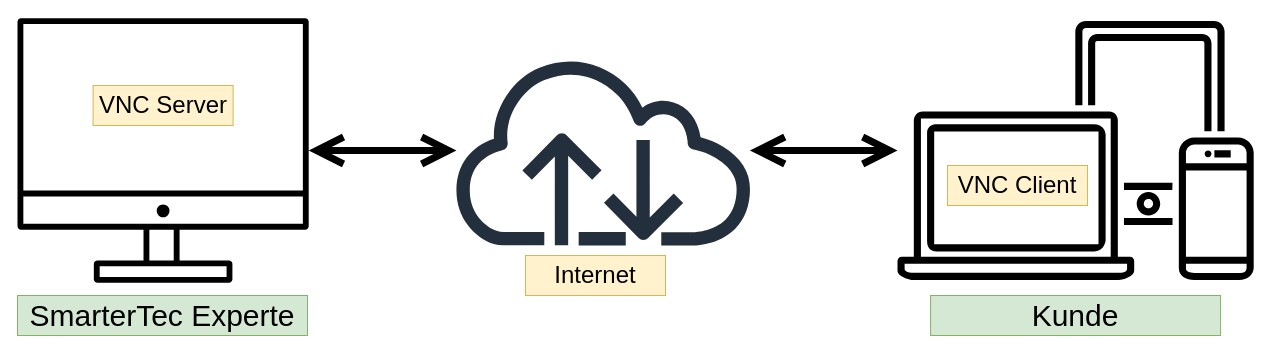
noelchiocchetti/SmarterTec keeps this draw.io diagram as SmarterTec RealVNC.drawio. Above is the earlier version. Source tidied: cells renumbered, new cells numbered last; positions are measured from the earlier drawing's top-left corner, leaving out a move shared by most shapes. Both pictures are drawn from the tidied source at 100%, with x=0, y=0 at pixel (17, 17).
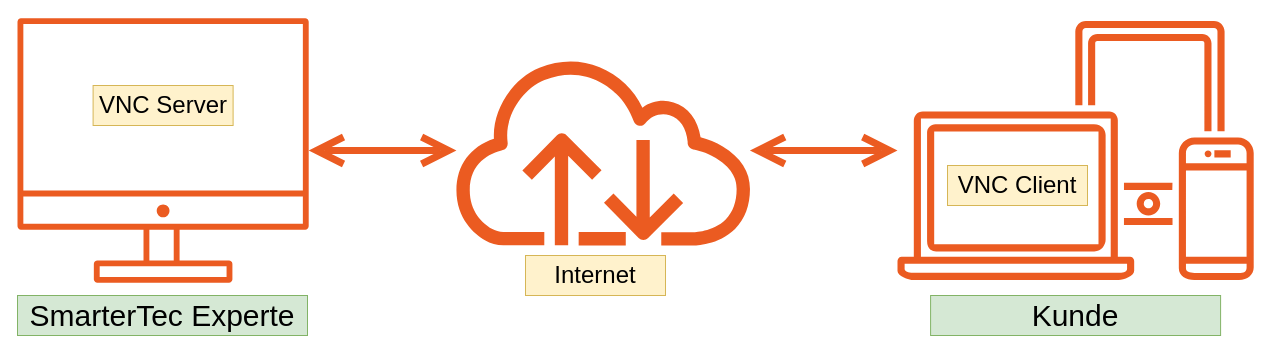
The same page after the edit.

What changed in the source:
```diff
@@
 <mxGraphModel>
   <root>
     <mxCell id="0" />
     <mxCell id="1" parent="0" />
-    <mxCell id="2" style="sketch=0;outlineConnect=0;gradientColor=none;fontColor=#545B64;strokeColor=none;fillColor=#000000;dashed=0;verticalLabelPosition=bottom;verticalAlign=top;align=center;html=1;fontSize=12;fontStyle=0;shape=mxgraph.aws4.illustration_devices;" parent="1" vertex="1">
+    <mxCell id="2" style="sketch=0;outlineConnect=0;gradientColor=none;fontColor=#545B64;strokeColor=none;fillColor=#EB5B21;dashed=0;verticalLabelPosition=bottom;verticalAlign=top;align=center;html=1;fontSize=12;fontStyle=0;shape=mxgraph.aws4.illustration_devices;" parent="1" vertex="1">
       <mxGeometry x="880" y="3" width="356.2" height="260" as="geometry" />
     </mxCell>
-    <mxCell id="3" style="sketch=0;outlineConnect=0;strokeColor=#9673a6;fillColor=#000000;dashed=0;verticalLabelPosition=bottom;verticalAlign=top;align=center;html=1;fontSize=12;fontStyle=0;shape=mxgraph.aws4.illustration_desktop;" parent="1" vertex="1">
+    <mxCell id="3" style="sketch=0;outlineConnect=0;strokeColor=#9673a6;fillColor=#EB5B21;dashed=0;verticalLabelPosition=bottom;verticalAlign=top;align=center;html=1;fontSize=12;fontStyle=0;shape=mxgraph.aws4.illustration_desktop;" parent="1" vertex="1">
       <mxGeometry y="0.5" width="291.2" height="265" as="geometry" />
     </mxCell>
-    <mxCell id="4" style="sketch=0;outlineConnect=0;fontColor=#232F3E;gradientColor=none;fillColor=#232F3D;strokeColor=none;dashed=0;verticalLabelPosition=bottom;verticalAlign=top;align=center;html=1;fontSize=12;fontStyle=0;shape=mxgraph.aws4.internet;" parent="1" vertex="1">
+    <mxCell id="4" style="sketch=0;outlineConnect=0;fontColor=#232F3E;gradientColor=none;fillColor=#EB5B21;strokeColor=none;dashed=0;verticalLabelPosition=bottom;verticalAlign=top;align=center;html=1;fontSize=12;fontStyle=0;shape=mxgraph.aws4.internet;" parent="1" vertex="1">
       <mxGeometry x="431.3" y="38" width="308.8" height="190" as="geometry" />
     </mxCell>
-    <mxCell id="5" style="edgeStyle=orthogonalEdgeStyle;html=1;endArrow=open;elbow=vertical;startArrow=open;endFill=0;strokeColor=#000000;rounded=0;strokeWidth=7;endSize=20;startFill=0;startSize=20;" parent="1" edge="1" source="3" target="4">
+    <mxCell id="5" style="edgeStyle=orthogonalEdgeStyle;html=1;endArrow=open;elbow=vertical;startArrow=open;endFill=0;strokeColor=#EB5B21;rounded=0;strokeWidth=7;endSize=20;startFill=0;startSize=20;" parent="1" edge="1" source="3" target="4">
       <mxGeometry relative="1" as="geometry" />
     </mxCell>
-    <mxCell id="6" style="edgeStyle=orthogonalEdgeStyle;html=1;endArrow=open;elbow=vertical;startArrow=open;endFill=0;strokeColor=#000000;rounded=0;strokeWidth=7;endSize=20;startFill=0;startSize=20;" parent="1" edge="1" source="4" target="2">
+    <mxCell id="6" style="edgeStyle=orthogonalEdgeStyle;html=1;endArrow=open;elbow=vertical;startArrow=open;endFill=0;strokeColor=#EB5B21;rounded=0;strokeWidth=7;endSize=20;startFill=0;startSize=20;" parent="1" edge="1" source="4" target="2">
       <mxGeometry relative="1" as="geometry" />
     </mxCell>
     <mxCell id="7" value="VNC Server" style="whiteSpace=wrap;html=1;fillColor=#fff2cc;strokeColor=#d6b656;fontSize=24;" parent="1" vertex="1">
       <mxGeometry x="75.6" y="68" width="140" height="40" as="geometry" />
     </mxCell>
     <mxCell id="8" value="VNC Client" style="whiteSpace=wrap;html=1;fillColor=#fff2cc;strokeColor=#d6b656;fontSize=24;" parent="1" vertex="1">
       <mxGeometry x="930" y="148" width="140" height="40" as="geometry" />
     </mxCell>
     <mxCell id="9" value="Internet" style="whiteSpace=wrap;html=1;fillColor=#fff2cc;strokeColor=#d6b656;fontSize=24;" parent="1" vertex="1">
       <mxGeometry x="508" y="238" width="140" height="40" as="geometry" />
     </mxCell>
     <mxCell id="10" value="SmarterTec Experte" style="whiteSpace=wrap;html=1;fillColor=#d5e8d4;strokeColor=#82b366;fontSize=30;" parent="1" vertex="1">
       <mxGeometry y="278" width="290" height="40" as="geometry" />
     </mxCell>
     <mxCell id="11" value="Kunde" style="whiteSpace=wrap;html=1;fillColor=#d5e8d4;strokeColor=#82b366;fontSize=30;" parent="1" vertex="1">
       <mxGeometry x="913.1" y="278" width="290" height="40" as="geometry" />
     </mxCell>
   </root>
 </mxGraphModel>
```
